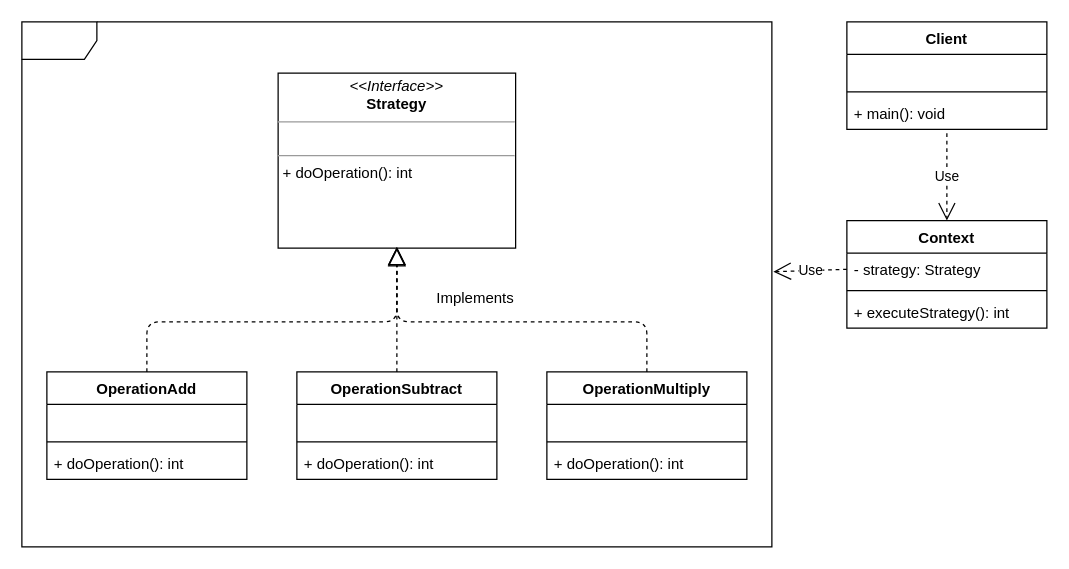
This is uml/Strategy.drawio from wmoore98/design-patterns, a draw.io file, before an edit. Source tidied: cells renumbered, new cells numbered last; positions are measured from the earlier drawing's top-left corner, leaving out a move shared by most shapes. Both pictures are drawn from the tidied source at 125%, with x=0, y=0 at pixel (21, 21).
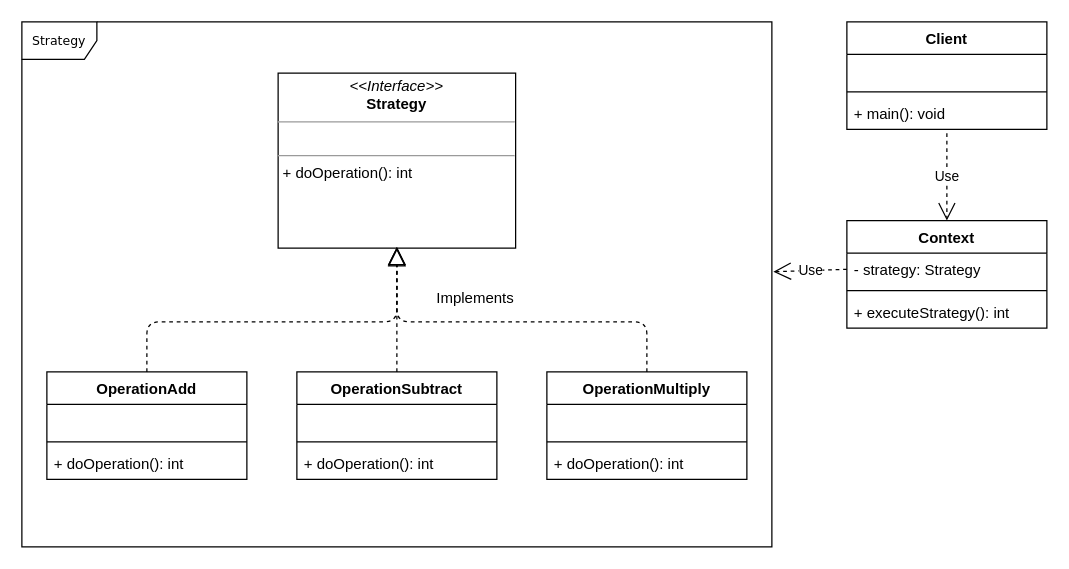
The same page after the edit.

Diff of the diagram source:
```diff
@@
-    <mxCell id="2" style="shape=umlFrame;whiteSpace=wrap;html=1;rounded=0;shadow=0;comic=0;labelBackgroundColor=none;strokeWidth=1;fontFamily=Verdana;fontSize=10;align=center;" parent="1" vertex="1">
+    <mxCell id="2" value="Strategy" style="shape=umlFrame;whiteSpace=wrap;html=1;rounded=0;shadow=0;comic=0;labelBackgroundColor=none;strokeWidth=1;fontFamily=Verdana;fontSize=10;align=center;" parent="1" vertex="1">
       <mxGeometry width="600" height="420" as="geometry" />
     </mxCell>
```
